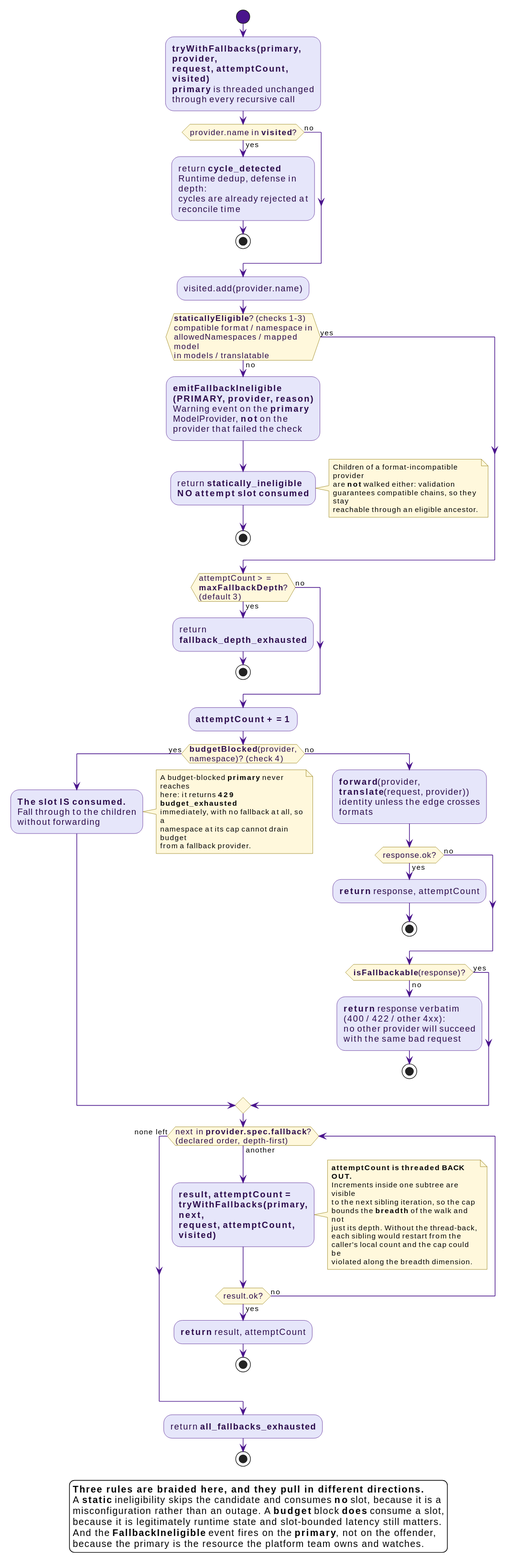
This is docs/src/diagrams/fallback-traversal.svg from win07xp/kaalm, a PlantUML export, as it was before one commit. The source it was exported from:
```plantuml
@startuml
!include _style.puml

start
:**tryWithFallbacks(primary, provider,**\n**request, attemptCount, visited)**\n**primary** is threaded unchanged\nthrough every recursive call;

if (provider.name in **visited**?) then (yes)
  :return **cycle_detected**\nRuntime dedup, defense in depth:\ncycles are already rejected at\nreconcile time;
  stop
else (no)
endif

:visited.add(provider.name);

if (**staticallyEligible**? (checks 1-3)\ncompatible format / namespace in\nallowedNamespaces / mapped model\nin models / translatable) then (no)
  :**emitFallbackIneligible**\n**(PRIMARY, provider, reason)**\nWarning event on the **primary**\nModelProvider, **not** on the\nprovider that failed the check;
  :return **statically_ineligible**\n**NO attempt slot consumed**;
  note right
    Children of a format-incompatible provider
    are **not** walked either: validation
    guarantees compatible chains, so they stay
    reachable through an eligible ancestor.
  end note
  stop
else (yes)
endif

if (attemptCount >= **maxFallbackDepth**?\n(default 3)) then (yes)
  :return **fallback_depth_exhausted**;
  stop
else (no)
endif

:**attemptCount += 1**;

if (**budgetBlocked**(provider,\nnamespace)? (check 4)) then (yes)
  :**The slot IS consumed.**\nFall through to the children\nwithout forwarding;
  note right
    A budget-blocked **primary** never reaches
    here: it returns **429 budget_exhausted**
    immediately, with no fallback at all, so a
    namespace at its cap cannot drain budget
    from a fallback provider.
  end note
else (no)
  :**forward**(provider, **translate**(request, provider))\nidentity unless the edge crosses formats;
  if (response.ok?) then (yes)
    :**return** response, attemptCount;
    stop
  else (no)
  endif
  if (**isFallbackable**(response)?) then (no)
    :**return** response verbatim\n(400 / 422 / other 4xx):\nno other provider will succeed\nwith the same bad request;
    stop
  else (yes)
  endif
endif

while (next in **provider.spec.fallback**?\n(declared order, depth-first)) is (another)
  :**result, attemptCount =**\n**tryWithFallbacks(primary, next,**\n**request, attemptCount, visited)**;
  note right
    **attemptCount is threaded BACK OUT.**
    Increments inside one subtree are visible
    to the next sibling iteration, so the cap
    bounds the **breadth** of the walk and not
    just its depth. Without the thread-back,
    each sibling would restart from the
    caller's local count and the cap could be
    violated along the breadth dimension.
  end note
  if (result.ok?) then (yes)
    :**return** result, attemptCount;
    stop
  else (no)
  endif
endwhile (none left)

:return **all_fallbacks_exhausted**;
stop

legend bottom
  **Three rules are braided here, and they pull in different directions.**
  A **static** ineligibility skips the candidate and consumes **no** slot, because it is a
  misconfiguration rather than an outage. A **budget** block **does** consume a slot,
  because it is legitimately runtime state and slot-bounded latency still matters.
  And the **FallbackIneligible** event fires on the **primary**, not on the offender,
  because the primary is the resource the platform team owns and watches.
endlegend
@enduml
```
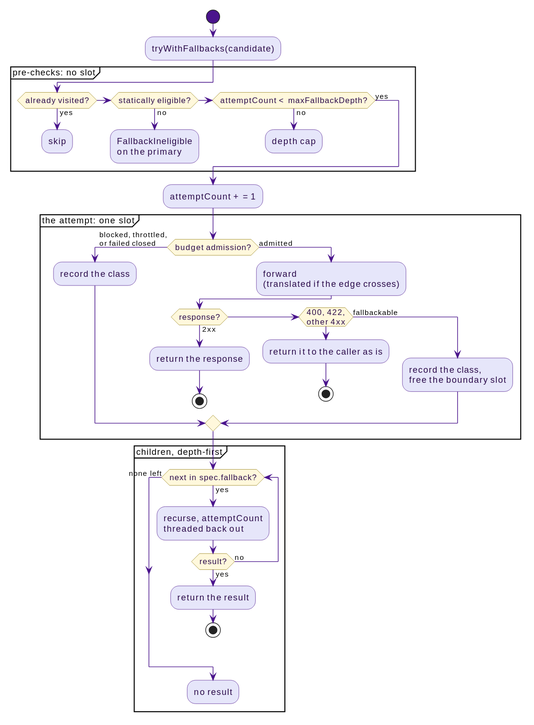
After the change.

The edit, as a diff of the source:
```diff
@@ -2,88 +2,51 @@
 !include _style.puml
 
 start
-:**tryWithFallbacks(primary, provider,**\n**request, attemptCount, visited)**\n**primary** is threaded unchanged\nthrough every recursive call;
+:tryWithFallbacks(candidate);
 
-if (provider.name in **visited**?) then (yes)
-  :return **cycle_detected**\nRuntime dedup, defense in depth:\ncycles are already rejected at\nreconcile time;
-  stop
-else (no)
-endif
-
-:visited.add(provider.name);
-
-if (**staticallyEligible**? (checks 1-3)\ncompatible format / namespace in\nallowedNamespaces / mapped model\nin models / translatable) then (no)
-  :**emitFallbackIneligible**\n**(PRIMARY, provider, reason)**\nWarning event on the **primary**\nModelProvider, **not** on the\nprovider that failed the check;
-  :return **statically_ineligible**\n**NO attempt slot consumed**;
-  note right
-    Children of a format-incompatible provider
-    are **not** walked either: validation
-    guarantees compatible chains, so they stay
-    reachable through an eligible ancestor.
-  end note
-  stop
-else (yes)
-endif
-
-if (attemptCount >= **maxFallbackDepth**?\n(default 3)) then (yes)
-  :return **fallback_depth_exhausted**;
-  stop
-else (no)
-endif
-
-:**attemptCount += 1**;
-
-if (**budgetBlocked**(provider,\nnamespace)? (check 4)) then (yes)
-  :**The slot IS consumed.**\nFall through to the children\nwithout forwarding;
-  note right
-    A budget-blocked **primary** never reaches
-    here: it returns **429 budget_exhausted**
-    immediately, with no fallback at all, so a
-    namespace at its cap cannot drain budget
-    from a fallback provider.
-  end note
-else (no)
-  :**forward**(provider, **translate**(request, provider))\nidentity unless the edge crosses formats;
-  if (response.ok?) then (yes)
-    :**return** response, attemptCount;
-    stop
-  else (no)
-  endif
-  if (**isFallbackable**(response)?) then (no)
-    :**return** response verbatim\n(400 / 422 / other 4xx):\nno other provider will succeed\nwith the same bad request;
-    stop
+partition "pre-checks: no slot" {
+  if (already visited?) then (yes)
+    :skip;
+    kill
+  elseif (statically eligible?) then (no)
+    :FallbackIneligible\non the primary;
+    kill
+  elseif (attemptCount < maxFallbackDepth?) then (no)
+    :depth cap;
+    kill
   else (yes)
   endif
-endif
+}
 
-while (next in **provider.spec.fallback**?\n(declared order, depth-first)) is (another)
-  :**result, attemptCount =**\n**tryWithFallbacks(primary, next,**\n**request, attemptCount, visited)**;
-  note right
-    **attemptCount is threaded BACK OUT.**
-    Increments inside one subtree are visible
-    to the next sibling iteration, so the cap
-    bounds the **breadth** of the walk and not
-    just its depth. Without the thread-back,
-    each sibling would restart from the
-    caller's local count and the cap could be
-    violated along the breadth dimension.
-  end note
-  if (result.ok?) then (yes)
-    :**return** result, attemptCount;
-    stop
-  else (no)
+:attemptCount += 1;
+
+partition "the attempt: one slot" {
+  if (budget admission?) then (blocked, throttled,\nor failed closed)
+    :record the class;
+  else (admitted)
+    :forward\n(translated if the edge crosses);
+    if (response?) then (2xx)
+      :return the response;
+      stop
+    elseif (400, 422,\nother 4xx) then
+      :return it to the caller as is;
+      stop
+    else (fallbackable)
+      :record the class,\nfree the boundary slot;
+    endif
   endif
-endwhile (none left)
+}
 
-:return **all_fallbacks_exhausted**;
-stop
-
-legend bottom
-  **Three rules are braided here, and they pull in different directions.**
-  A **static** ineligibility skips the candidate and consumes **no** slot, because it is a
-  misconfiguration rather than an outage. A **budget** block **does** consume a slot,
-  because it is legitimately runtime state and slot-bounded latency still matters.
-  And the **FallbackIneligible** event fires on the **primary**, not on the offender,
-  because the primary is the resource the platform team owns and watches.
-endlegend
+partition "children, depth-first" {
+  while (next in spec.fallback?) is (yes)
+    :recurse, attemptCount\nthreaded back out;
+    if (result?) then (yes)
+      :return the result;
+      stop
+    else (no)
+    endif
+  endwhile (none left)
+  :no result;
+  kill
+}
 @enduml
```
